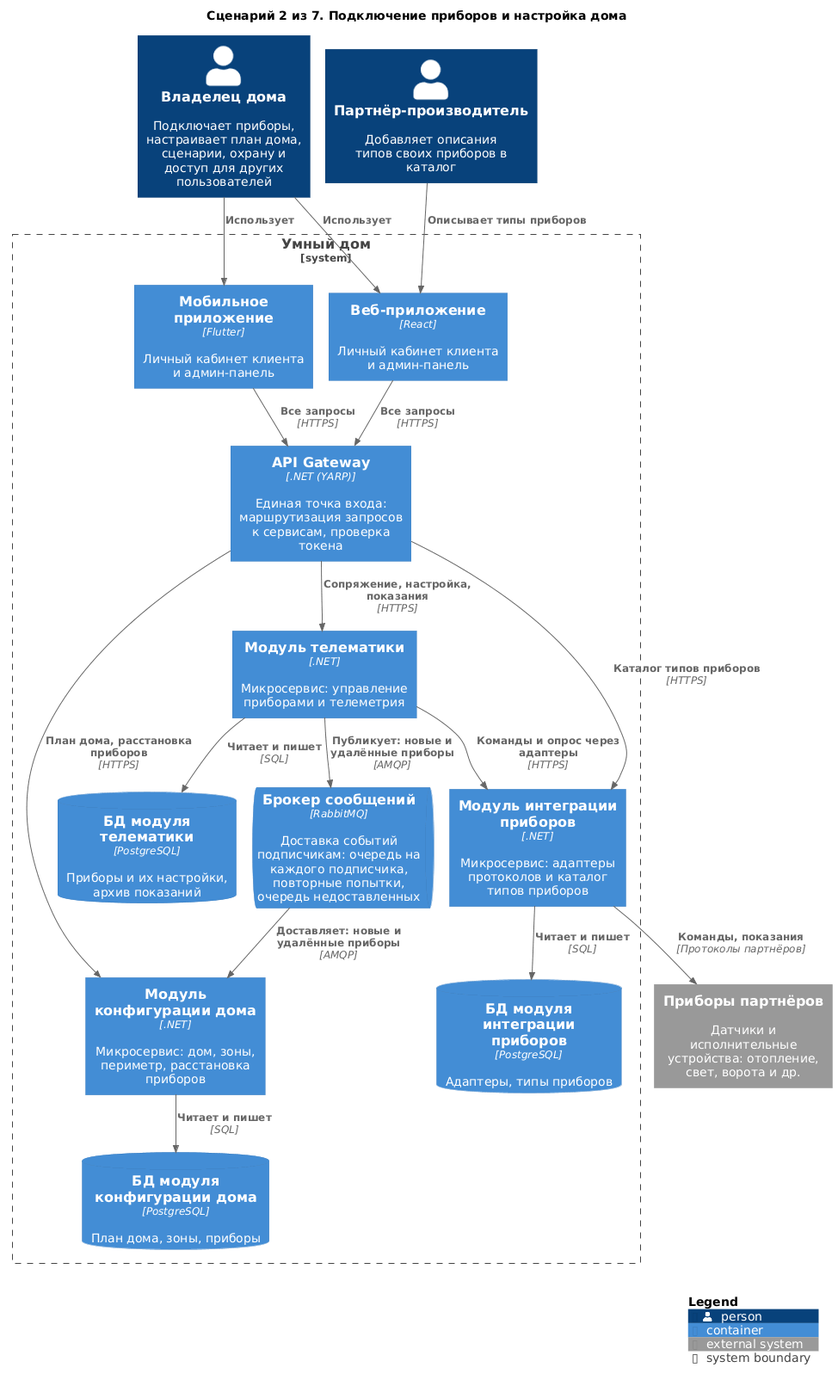
Before: diagrams/containers-scenarios/02-pairing-and-house-setup.png, a diagram exported from PlantUML (Lyamin-av/architecture-warmhouse). Source of this version:
```plantuml
@startuml 02-pairing-and-house-setup
!include <C4/C4_Container>

title Сценарий 2 из 7. Подключение приборов и настройка дома

Person(owner, "Владелец дома", "Подключает приборы, настраивает план дома, сценарии, охрану и доступ для других пользователей")
Person(partner, "Партнёр-производитель", "Добавляет описания типов своих приборов в каталог")

System_Boundary(Warmhouse, "Умный дом") {
    Container(webapp, "Веб-приложение", "React", "Личный кабинет клиента и админ-панель")
    Container(mobile, "Мобильное приложение", "Flutter", "Личный кабинет клиента и админ-панель")
    Container(Gateway, "API Gateway", ".NET (YARP)", "Единая точка входа: маршрутизация запросов к сервисам, проверка токена")
    Container(Telematics, "Модуль телематики", ".NET", "Микросервис: управление приборами и телеметрия")
    Container(DeviceIntegration, "Модуль интеграции приборов", ".NET", "Микросервис: адаптеры протоколов и каталог типов приборов")
    Container(HouseConfigurator, "Модуль конфигурации дома", ".NET", "Микросервис: дом, зоны, периметр, расстановка приборов")
    ContainerQueue(Broker, "Брокер сообщений", "RabbitMQ", "Доставка событий подписчикам: очередь на каждого подписчика, повторные попытки, очередь недоставленных")
    ContainerDb(dbTelematics, "БД модуля телематики", "PostgreSQL", "Приборы и их настройки, архив показаний")
    ContainerDb(dbDIS, "БД модуля интеграции приборов", "PostgreSQL", "Адаптеры, типы приборов")
    ContainerDb(dbHC, "БД модуля конфигурации дома", "PostgreSQL", "План дома, зоны, приборы")
}

System_Ext(devices, "Приборы партнёров", "Датчики и исполнительные устройства: отопление, свет, ворота и др.")

Rel(owner, webapp, "Использует")
Rel(owner, mobile, "Использует")
Rel(partner, webapp, "Описывает типы приборов")
Rel(webapp, Gateway, "Все запросы", "HTTPS")
Rel(mobile, Gateway, "Все запросы", "HTTPS")
Rel(Gateway, Telematics, "Сопряжение, настройка, показания", "HTTPS")
Rel(Gateway, HouseConfigurator, "План дома, расстановка приборов", "HTTPS")
Rel(Gateway, DeviceIntegration, "Каталог типов приборов", "HTTPS")
Rel(Telematics, DeviceIntegration, "Команды и опрос через адаптеры", "HTTPS")
Rel(DeviceIntegration, devices, "Команды, показания", "Протоколы партнёров")
Rel(Telematics, Broker, "Публикует: новые и удалённые приборы", "AMQP")
Rel(Broker, HouseConfigurator, "Доставляет: новые и удалённые приборы", "AMQP")

Rel(Telematics, dbTelematics, "Читает и пишет", "SQL")
Rel(DeviceIntegration, dbDIS, "Читает и пишет", "SQL")
Rel(HouseConfigurator, dbHC, "Читает и пишет", "SQL")

SHOW_LEGEND()
@enduml
```
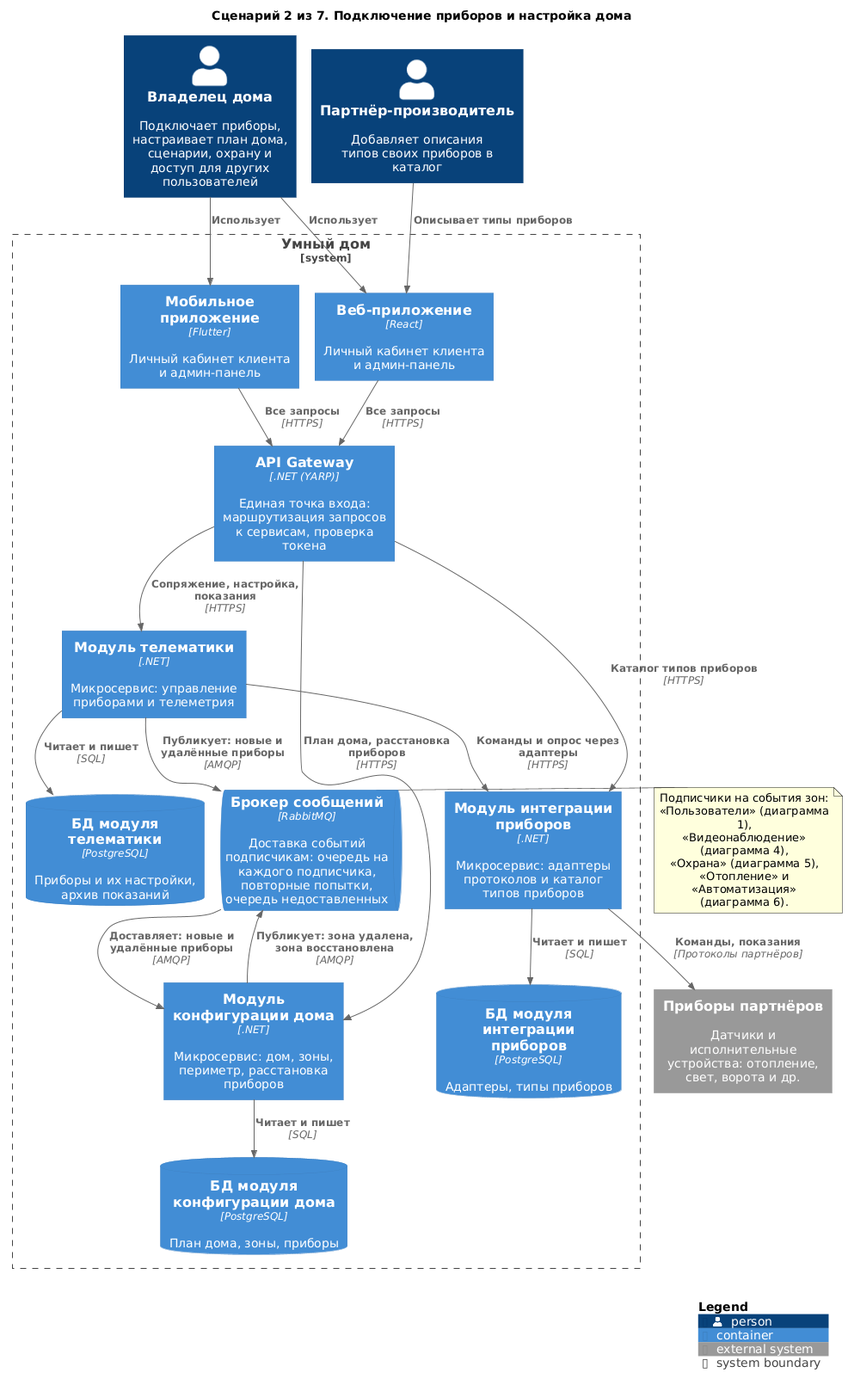
The same file after the commit.

The edit, as a diff of the source:
```diff
@@ -37,6 +37,16 @@
 Rel(Telematics, dbTelematics, "Читает и пишет", "SQL")
 Rel(DeviceIntegration, dbDIS, "Читает и пишет", "SQL")
 Rel(HouseConfigurator, dbHC, "Читает и пишет", "SQL")
+Rel(HouseConfigurator, Broker, "Публикует: зона удалена, зона восстановлена", "AMQP")
+
+note right of Broker
+  Подписчики на события зон:
+  «Пользователи» (диаграмма 1),
+  «Видеонаблюдение» (диаграмма 4),
+  «Охрана» (диаграмма 5),
+  «Отопление» и «Автоматизация»
+  (диаграмма 6).
+end note
 
 SHOW_LEGEND()
 @enduml
```
